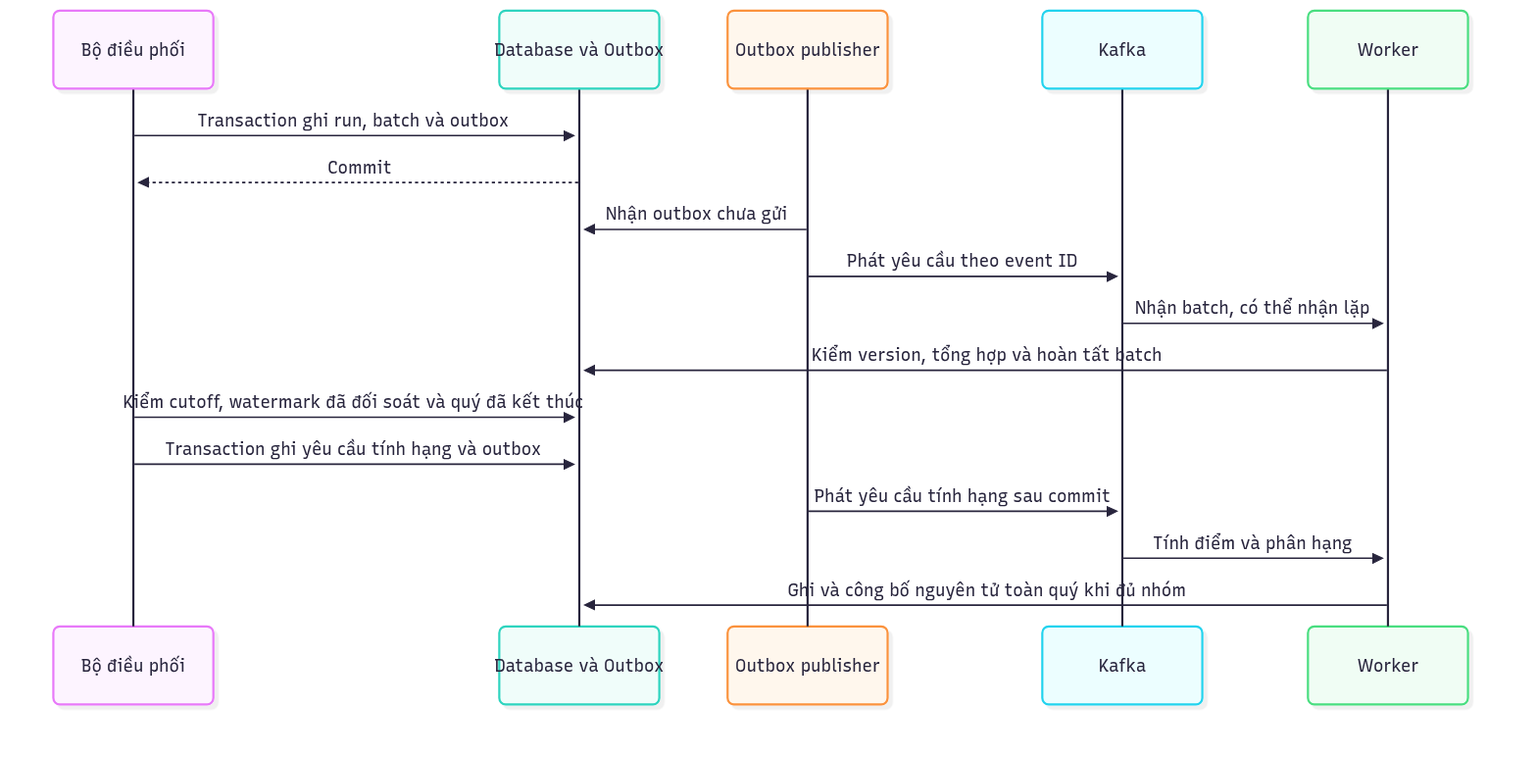
Before: cobroker/diagrams/cobroker-07.png, a diagram exported from Mermaid (huynv-xyz/vhm-tdd). Its source is kept beside it as cobroker/diagrams/cobroker-07.mmd. Source of this version:
```mermaid
sequenceDiagram
    participant J as Bộ điều phối
    participant D as Database và Outbox
    participant P as Outbox publisher
    participant K as Kafka
    participant W as Worker
    J->>D: Transaction ghi run, batch và outbox
    D-->>J: Commit
    P->>D: Nhận outbox chưa gửi
    P->>K: Phát yêu cầu theo event ID
    K->>W: Nhận batch, có thể nhận lặp
    W->>D: Kiểm version, tổng hợp và hoàn tất batch
    J->>D: Kiểm cutoff, watermark đã đối soát và quý đã kết thúc
    J->>D: Transaction ghi yêu cầu tính hạng và outbox
    P->>K: Phát yêu cầu tính hạng sau commit
    K->>W: Tính điểm và phân hạng
    W->>D: Ghi và công bố nguyên tử toàn quý khi đủ nhóm
```
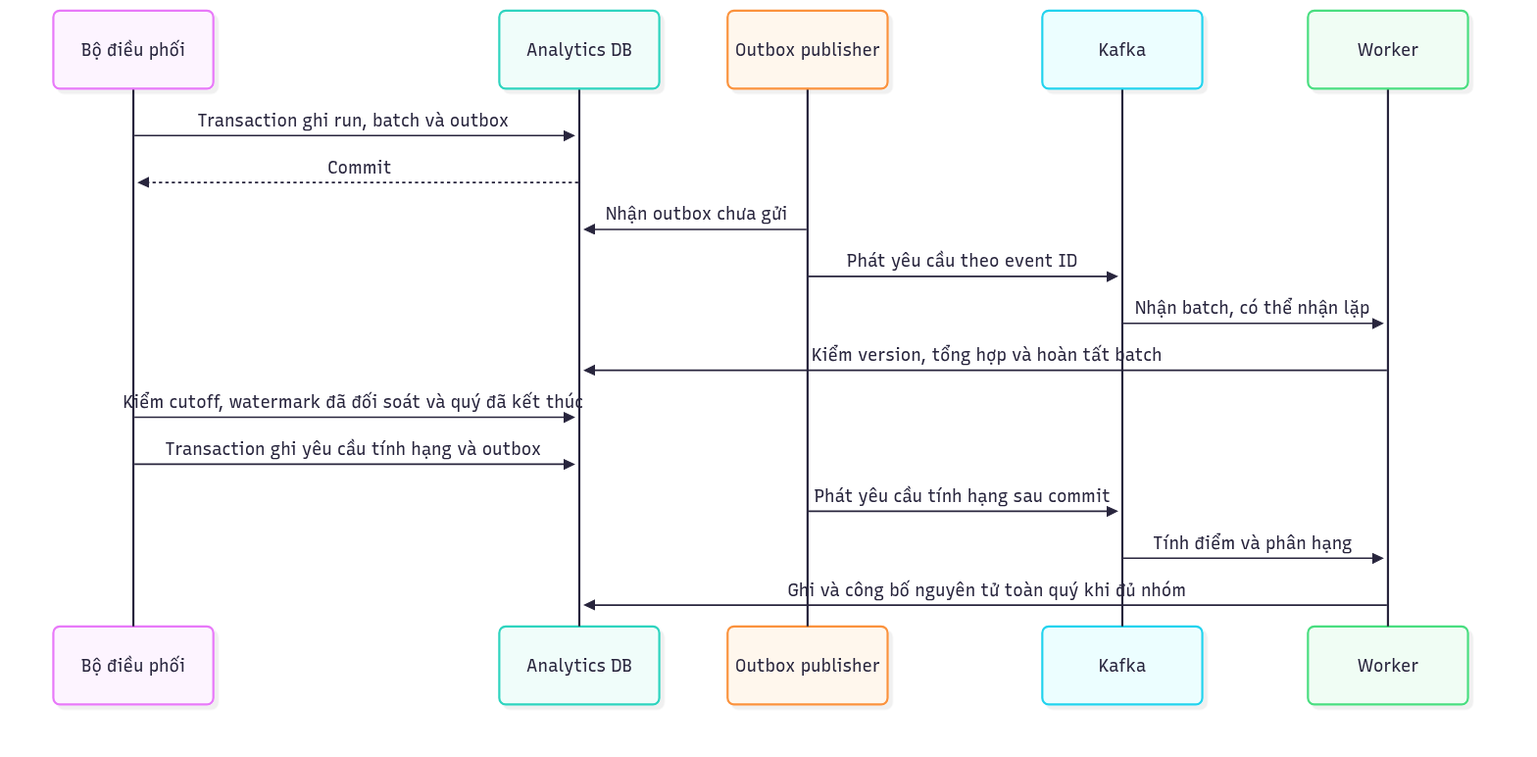
The same file after the commit.

Change to the diagram source:
```diff
@@ -1,6 +1,6 @@
 sequenceDiagram
     participant J as Bộ điều phối
-    participant D as Database và Outbox
+    participant D as Analytics DB
     participant P as Outbox publisher
     participant K as Kafka
     participant W as Worker
```
